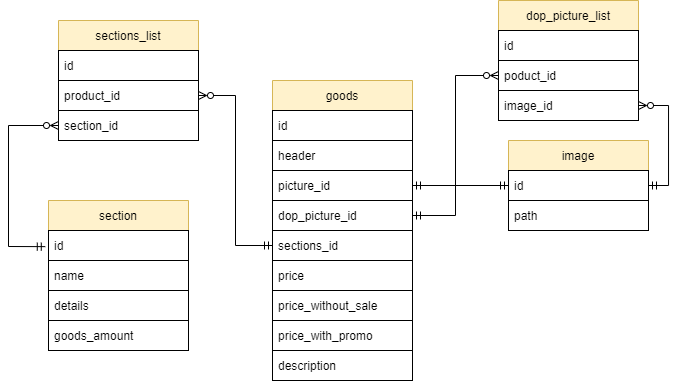
Above: diagram.png in LightningAurum/SQL (draw.io), before the change. Source tidied: cells renumbered, new cells last; positions are measured from the earlier drawing's top-left corner, leaving out a move shared by most shapes.
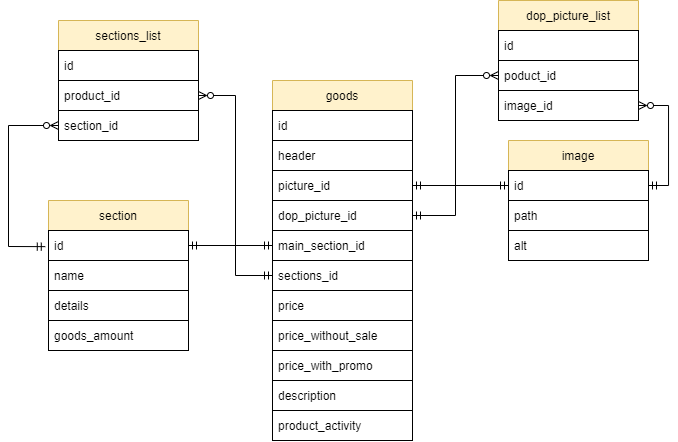
After the change.

Change to the diagram source:
```diff
@@ -18,7 +18,7 @@
       <mxGeometry y="120" width="140" height="30" as="geometry" />
     </mxCell>
     <mxCell id="7" value="goods" style="swimlane;fontStyle=0;horizontal=1;startSize=30;fillColor=#fff2cc;strokeColor=#d6b656;" parent="1" vertex="1">
-      <mxGeometry x="264" y="80" width="140" height="300" as="geometry" />
+      <mxGeometry x="264" y="80" width="140" height="360" as="geometry" />
     </mxCell>
     <mxCell id="8" value="id" style="text;strokeColor=default;fillColor=default;align=left;verticalAlign=middle;spacingLeft=4;spacingRight=4;overflow=hidden;" parent="7" vertex="1">
       <mxGeometry y="30" width="140" height="30" as="geometry" />
@@ -32,32 +32,38 @@
     <mxCell id="11" value="dop_picture_id" style="text;strokeColor=default;fillColor=default;align=left;verticalAlign=middle;spacingLeft=4;spacingRight=4;overflow=hidden;points=[[0,0.5],[1,0.5]];portConstraint=eastwest;" parent="7" vertex="1">
       <mxGeometry y="120" width="140" height="30" as="geometry" />
     </mxCell>
+    <mxCell id="33" value="main_section_id" style="text;strokeColor=default;fillColor=default;align=left;verticalAlign=middle;spacingLeft=4;spacingRight=4;overflow=hidden;points=[[0,0.5],[1,0.5]];portConstraint=eastwest;" parent="7" vertex="1">
+      <mxGeometry y="150" width="140" height="30" as="geometry" />
+    </mxCell>
     <mxCell id="12" value="sections_id" style="text;strokeColor=default;fillColor=default;align=left;verticalAlign=middle;spacingLeft=4;spacingRight=4;overflow=hidden;points=[[0,0.5],[1,0.5]];portConstraint=eastwest;" parent="7" vertex="1">
-      <mxGeometry y="150" width="140" height="30" as="geometry" />
+      <mxGeometry y="180" width="140" height="30" as="geometry" />
     </mxCell>
     <mxCell id="13" value="price" style="text;strokeColor=default;fillColor=default;align=left;verticalAlign=middle;spacingLeft=4;spacingRight=4;overflow=hidden;" parent="7" vertex="1">
-      <mxGeometry y="180" width="140" height="30" as="geometry" />
+      <mxGeometry y="210" width="140" height="30" as="geometry" />
     </mxCell>
     <mxCell id="14" value="price_without_sale" style="text;strokeColor=default;fillColor=default;align=left;verticalAlign=middle;spacingLeft=4;spacingRight=4;overflow=hidden;" parent="7" vertex="1">
-      <mxGeometry y="210" width="140" height="30" as="geometry" />
+      <mxGeometry y="240" width="140" height="30" as="geometry" />
     </mxCell>
     <mxCell id="15" value="price_with_promo" style="text;strokeColor=default;fillColor=default;align=left;verticalAlign=middle;spacingLeft=4;spacingRight=4;overflow=hidden;" parent="7" vertex="1">
-      <mxGeometry y="240" width="140" height="30" as="geometry" />
+      <mxGeometry y="270" width="140" height="30" as="geometry" />
     </mxCell>
+    <mxCell id="34" value="description" style="text;strokeColor=default;fillColor=default;align=left;verticalAlign=middle;spacingLeft=4;spacingRight=4;overflow=hidden;" parent="7" vertex="1">
+      <mxGeometry y="300" width="140" height="30" as="geometry" />
+    </mxCell>
-    <mxCell id="16" value="description" style="text;strokeColor=default;fillColor=default;align=left;verticalAlign=middle;spacingLeft=4;spacingRight=4;overflow=hidden;" parent="7" vertex="1">
-      <mxGeometry y="270" width="140" height="30" as="geometry" />
+    <mxCell id="16" value="product_activity" style="text;strokeColor=default;fillColor=default;align=left;verticalAlign=middle;spacingLeft=4;spacingRight=4;overflow=hidden;" parent="7" vertex="1">
+      <mxGeometry y="330" width="140" height="30" as="geometry" />
     </mxCell>
-    <mxCell id="17" style="edgeStyle=orthogonalEdgeStyle;rounded=0;jettySize=auto;html=1;exitX=0;exitY=0.5;exitDx=0;exitDy=0;entryX=1;entryY=0.5;entryDx=0;entryDy=0;startArrow=ERmandOne;startFill=0;endArrow=ERmandOne;endFill=0;" parent="1" edge="1" source="18" target="10">
-      <mxGeometry relative="1" as="geometry" />
-    </mxCell>
     <mxCell id="18" value="image" style="swimlane;fontStyle=0;horizontal=1;startSize=30;fillColor=#fff2cc;strokeColor=#d6b656;" parent="1" vertex="1">
-      <mxGeometry x="500" y="140" width="140" height="90" as="geometry" />
+      <mxGeometry x="500" y="140" width="140" height="120" as="geometry" />
     </mxCell>
     <mxCell id="19" value="id" style="text;strokeColor=default;fillColor=default;align=left;verticalAlign=middle;spacingLeft=4;spacingRight=4;overflow=hidden;points=[[0,0.5],[1,0.5]];portConstraint=eastwest;" parent="18" vertex="1">
       <mxGeometry y="30" width="140" height="30" as="geometry" />
     </mxCell>
+    <mxCell id="35" value="path" style="text;strokeColor=default;fillColor=default;align=left;verticalAlign=middle;spacingLeft=4;spacingRight=4;overflow=hidden;" parent="18" vertex="1">
+      <mxGeometry y="60" width="140" height="30" as="geometry" />
+    </mxCell>
-    <mxCell id="20" value="path" style="text;strokeColor=default;fillColor=default;align=left;verticalAlign=middle;spacingLeft=4;spacingRight=4;overflow=hidden;" parent="18" vertex="1">
-      <mxGeometry y="60" width="140" height="30" as="geometry" />
+    <mxCell id="20" value="alt" style="text;strokeColor=default;fillColor=default;align=left;verticalAlign=middle;spacingLeft=4;spacingRight=4;overflow=hidden;" parent="18" vertex="1">
+      <mxGeometry y="90" width="140" height="30" as="geometry" />
     </mxCell>
     <mxCell id="21" style="endArrow=ERmandOne;html=1;rounded=0;exitX=0;exitY=0.5;exitDx=0;exitDy=0;entryX=-0.023;entryY=0.538;entryDx=0;entryDy=0;endFill=0;startArrow=ERzeroToMany;startFill=0;entryPerimeter=0;" parent="1" edge="1" source="25" target="3">
       <mxGeometry relative="1" as="geometry">
@@ -100,5 +106,11 @@
     <mxCell id="32" style="edgeStyle=orthogonalEdgeStyle;rounded=0;jettySize=auto;html=1;exitX=1;exitY=0.5;exitDx=0;exitDy=0;entryX=1;entryY=0.5;entryDx=0;entryDy=0;startArrow=ERmandOne;startFill=0;endArrow=ERzeroToMany;endFill=0;" parent="1" edge="1" source="19" target="29">
       <mxGeometry relative="1" as="geometry" />
     </mxCell>
+    <mxCell id="36" style="edgeStyle=orthogonalEdgeStyle;rounded=0;jettySize=auto;html=1;exitX=0;exitY=0.5;exitDx=0;exitDy=0;entryX=1;entryY=0.5;entryDx=0;entryDy=0;startArrow=ERmandOne;startFill=0;endArrow=ERmandOne;endFill=0;" parent="1" edge="1" source="19" target="10">
+      <mxGeometry relative="1" as="geometry" />
+    </mxCell>
+    <mxCell id="37" style="edgeStyle=orthogonalEdgeStyle;rounded=0;jettySize=auto;html=1;exitX=1;exitY=0.5;exitDx=0;exitDy=0;entryX=0;entryY=0.5;entryDx=0;entryDy=0;startArrow=ERmandOne;startFill=0;endArrow=ERmandOne;endFill=0;" parent="1" edge="1" source="3" target="33">
+      <mxGeometry relative="1" as="geometry" />
+    </mxCell>
   </root>
 </mxGraphModel>
```
